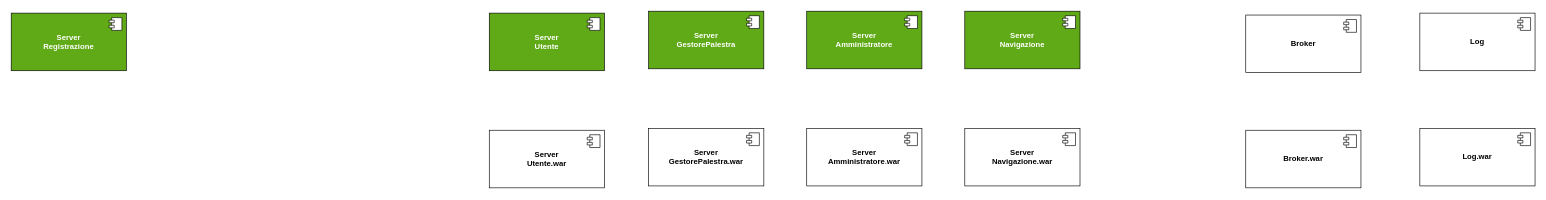
Before: deploy.drawio in JosephBoom02/Progetto_Ingegneria_del_Software, a draw.io diagram. Source tidied: cells renumbered, new cells numbered last; positions are measured from the earlier drawing's top-left corner, leaving out a move shared by most shapes. Both pictures are drawn from the tidied source at 64%, with x=0, y=0 at pixel (11, 11).
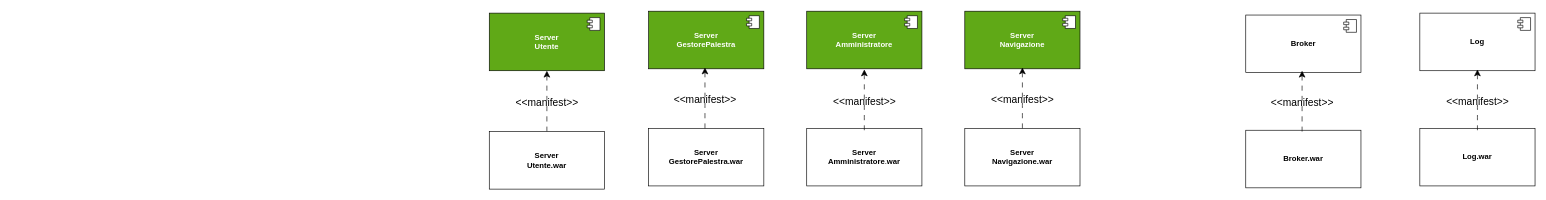
After the change.

Unchanged cells that the change refers to:
```xml
<mxCell id="8" value="&lt;div&gt;&lt;font color=&quot;#ffffff&quot;&gt;&lt;b&gt;Server&lt;br&gt;Utente&lt;br&gt;&lt;/b&gt;&lt;/font&gt;&lt;/div&gt;" style="html=1;whiteSpace=wrap;fillColor=#60A917;" parent="1" vertex="1">
  <mxGeometry x="747" y="3" width="180" height="90" as="geometry" />
</mxCell>
<mxCell id="16" value="&lt;div&gt;&lt;b&gt;Server&lt;/b&gt;&lt;/div&gt;&lt;div&gt;&lt;b&gt;Amministratore&lt;/b&gt;.&lt;b&gt;war&lt;/b&gt;&lt;br&gt;&lt;/div&gt;" style="html=1;whiteSpace=wrap;fillColor=#ffffff;" parent="1" vertex="1">
  <mxGeometry x="1243" y="183" width="180" height="90" as="geometry" />
</mxCell>
<mxCell id="20" value="&lt;div&gt;&lt;b&gt;Server&lt;/b&gt;&lt;/div&gt;&lt;div&gt;&lt;b&gt;Navigazione.war&lt;br&gt;&lt;/b&gt;&lt;/div&gt;&lt;b&gt;&lt;/b&gt;" style="html=1;whiteSpace=wrap;fillColor=#ffffff;" parent="1" vertex="1">
  <mxGeometry x="1490" y="183" width="180" height="90" as="geometry" />
</mxCell>
<mxCell id="22" value="&lt;div&gt;&lt;b&gt;Server&lt;/b&gt;&lt;/div&gt;&lt;div&gt;&lt;b&gt;GestorePalestra.war&lt;br&gt;&lt;/b&gt;&lt;/div&gt;" style="html=1;whiteSpace=wrap;fillColor=#ffffff;" parent="1" vertex="1">
  <mxGeometry x="996" y="183" width="180" height="90" as="geometry" />
</mxCell>
<mxCell id="24" value="&lt;b style=&quot;background-color: rgb(255, 255, 255);&quot;&gt;Log.war&lt;/b&gt;" style="html=1;whiteSpace=wrap;fillColor=#ffffff;" parent="1" vertex="1">
  <mxGeometry x="2201" y="183" width="180" height="90" as="geometry" />
</mxCell>
<mxCell id="26" value="&lt;b&gt;Broker.war&lt;/b&gt;" style="html=1;whiteSpace=wrap;fillColor=#ffffff;" parent="1" vertex="1">
  <mxGeometry x="1929" y="186" width="180" height="90" as="geometry" />
</mxCell>
```

Diff of the diagram source:
```diff
@@
-    <mxCell id="2" value="&lt;div&gt;&lt;font color=&quot;#ffffff&quot;&gt;&lt;b&gt;Server&lt;/b&gt;&lt;/font&gt;&lt;/div&gt;&lt;div&gt;&lt;font color=&quot;#ffffff&quot;&gt;&lt;b&gt;Registrazione&lt;br&gt;&lt;/b&gt;&lt;/font&gt;&lt;/div&gt;" style="html=1;whiteSpace=wrap;fillColor=#60A917;" parent="1" vertex="1">
-      <mxGeometry y="3" width="180" height="90" as="geometry" />
-    </mxCell>
-    <mxCell id="3" style="shape=module;jettyWidth=8;jettyHeight=4;fillColor=#FFFFFF;" parent="2" vertex="1">
-      <mxGeometry x="1" width="20" height="20" relative="1" as="geometry">
-        <mxPoint x="-27" y="7" as="offset" />
-      </mxGeometry>
-    </mxCell>
@@
-    <mxCell id="17" style="shape=module;jettyWidth=8;jettyHeight=4;fillColor=#FFFFFF;" parent="16" vertex="1">
-      <mxGeometry x="1" width="20" height="20" relative="1" as="geometry">
-        <mxPoint x="-27" y="7" as="offset" />
-      </mxGeometry>
-    </mxCell>
+    <mxCell id="28" style="edgeStyle=none;curved=1;rounded=0;jettySize=auto;html=1;exitX=0.5;exitY=0;exitDx=0;exitDy=0;fontSize=12;startSize=8;endSize=8;dashed=1;dashPattern=8 8;" parent="1" edge="1" source="18" target="8">
+      <mxGeometry relative="1" as="geometry" />
+    </mxCell>
     <mxCell id="18" value="&lt;div&gt;&lt;b&gt;Server&lt;br&gt;Utente&lt;/b&gt;&lt;b&gt;.war&lt;/b&gt;&lt;/div&gt;" style="html=1;whiteSpace=wrap;fillColor=#ffffff;" parent="1" vertex="1">
-      <mxGeometry x="747" y="186" width="180" height="90" as="geometry" />
+      <mxGeometry x="747" y="188" width="180" height="90" as="geometry" />
     </mxCell>
-    <mxCell id="19" style="shape=module;jettyWidth=8;jettyHeight=4;fillColor=#FFFFFF;" parent="18" vertex="1">
-      <mxGeometry x="1" width="20" height="20" relative="1" as="geometry">
-        <mxPoint x="-27" y="7" as="offset" />
-      </mxGeometry>
-    </mxCell>
@@
-    <mxCell id="21" style="shape=module;jettyWidth=8;jettyHeight=4;fillColor=#FFFFFF;" parent="20" vertex="1">
-      <mxGeometry x="1" width="20" height="20" relative="1" as="geometry">
-        <mxPoint x="-27" y="7" as="offset" />
-      </mxGeometry>
-    </mxCell>
@@
-    <mxCell id="23" style="shape=module;jettyWidth=8;jettyHeight=4;fillColor=#FFFFFF;" parent="22" vertex="1">
-      <mxGeometry x="1" width="20" height="20" relative="1" as="geometry">
-        <mxPoint x="-27" y="7" as="offset" />
-      </mxGeometry>
-    </mxCell>
@@
-    <mxCell id="25" style="shape=module;jettyWidth=8;jettyHeight=4;fillColor=#FFFFFF;" parent="24" vertex="1">
-      <mxGeometry x="1" width="20" height="20" relative="1" as="geometry">
-        <mxPoint x="-27" y="7" as="offset" />
-      </mxGeometry>
-    </mxCell>
@@
-    <mxCell id="27" style="shape=module;jettyWidth=8;jettyHeight=4;fillColor=#FFFFFF;" parent="26" vertex="1">
-      <mxGeometry x="1" width="20" height="20" relative="1" as="geometry">
-        <mxPoint x="-27" y="7" as="offset" />
-      </mxGeometry>
-    </mxCell>
+    <mxCell id="29" value="&amp;lt;&amp;lt;manifest&amp;gt;&amp;gt;" style="text;html=1;align=center;verticalAlign=middle;strokeColor=none;fillColor=none;fontSize=16;" parent="1" vertex="1">
+      <mxGeometry x="779" y="127" width="116" height="31" as="geometry" />
+    </mxCell>
+    <mxCell id="30" style="edgeStyle=none;curved=1;rounded=0;orthogonalLoop=1;jettySize=auto;html=1;exitX=0.5;exitY=0;exitDx=0;exitDy=0;fontSize=12;startSize=8;endSize=8;dashed=1;dashPattern=8 8;" parent="1" edge="1">
+      <mxGeometry relative="1" as="geometry">
+        <mxPoint x="1084" y="183" as="sourcePoint" />
+        <mxPoint x="1084" y="88" as="targetPoint" />
+      </mxGeometry>
+    </mxCell>
+    <mxCell id="31" value="&amp;lt;&amp;lt;manifest&amp;gt;&amp;gt;" style="text;html=1;align=center;verticalAlign=middle;strokeColor=none;fillColor=none;fontSize=16;" parent="1" vertex="1">
+      <mxGeometry x="1026" y="122" width="116" height="31" as="geometry" />
+    </mxCell>
+    <mxCell id="32" style="edgeStyle=none;curved=1;rounded=0;orthogonalLoop=1;jettySize=auto;html=1;exitX=0.5;exitY=0;exitDx=0;exitDy=0;fontSize=12;startSize=8;endSize=8;dashed=1;dashPattern=8 8;" parent="1" edge="1">
+      <mxGeometry relative="1" as="geometry">
+        <mxPoint x="1333" y="186" as="sourcePoint" />
+        <mxPoint x="1333" y="91" as="targetPoint" />
+      </mxGeometry>
+    </mxCell>
+    <mxCell id="33" value="&amp;lt;&amp;lt;manifest&amp;gt;&amp;gt;" style="text;html=1;align=center;verticalAlign=middle;strokeColor=none;fillColor=none;fontSize=16;" parent="1" vertex="1">
+      <mxGeometry x="1275" y="125" width="116" height="31" as="geometry" />
+    </mxCell>
+    <mxCell id="34" style="edgeStyle=none;curved=1;rounded=0;orthogonalLoop=1;jettySize=auto;html=1;exitX=0.5;exitY=0;exitDx=0;exitDy=0;fontSize=12;startSize=8;endSize=8;dashed=1;dashPattern=8 8;" parent="1" edge="1">
+      <mxGeometry relative="1" as="geometry">
+        <mxPoint x="1580" y="183" as="sourcePoint" />
+        <mxPoint x="1580" y="88" as="targetPoint" />
+      </mxGeometry>
+    </mxCell>
+    <mxCell id="35" value="&amp;lt;&amp;lt;manifest&amp;gt;&amp;gt;" style="text;html=1;align=center;verticalAlign=middle;strokeColor=none;fillColor=none;fontSize=16;" parent="1" vertex="1">
+      <mxGeometry x="1522" y="122" width="116" height="31" as="geometry" />
+    </mxCell>
+    <mxCell id="36" style="edgeStyle=none;curved=1;rounded=0;orthogonalLoop=1;jettySize=auto;html=1;exitX=0.5;exitY=0;exitDx=0;exitDy=0;fontSize=12;startSize=8;endSize=8;dashed=1;dashPattern=8 8;" parent="1" edge="1">
+      <mxGeometry relative="1" as="geometry">
+        <mxPoint x="2017" y="188" as="sourcePoint" />
+        <mxPoint x="2017" y="93" as="targetPoint" />
+      </mxGeometry>
+    </mxCell>
+    <mxCell id="37" value="&amp;lt;&amp;lt;manifest&amp;gt;&amp;gt;" style="text;html=1;align=center;verticalAlign=middle;strokeColor=none;fillColor=none;fontSize=16;" parent="1" vertex="1">
+      <mxGeometry x="1959" y="127" width="116" height="31" as="geometry" />
+    </mxCell>
+    <mxCell id="38" style="edgeStyle=none;curved=1;rounded=0;orthogonalLoop=1;jettySize=auto;html=1;exitX=0.5;exitY=0;exitDx=0;exitDy=0;fontSize=12;startSize=8;endSize=8;dashed=1;dashPattern=8 8;" parent="1" edge="1">
+      <mxGeometry relative="1" as="geometry">
+        <mxPoint x="2291" y="186" as="sourcePoint" />
+        <mxPoint x="2291" y="91" as="targetPoint" />
+      </mxGeometry>
+    </mxCell>
+    <mxCell id="39" value="&amp;lt;&amp;lt;manifest&amp;gt;&amp;gt;" style="text;html=1;align=center;verticalAlign=middle;strokeColor=none;fillColor=none;fontSize=16;" parent="1" vertex="1">
+      <mxGeometry x="2233" y="125" width="116" height="31" as="geometry" />
+    </mxCell>
```
